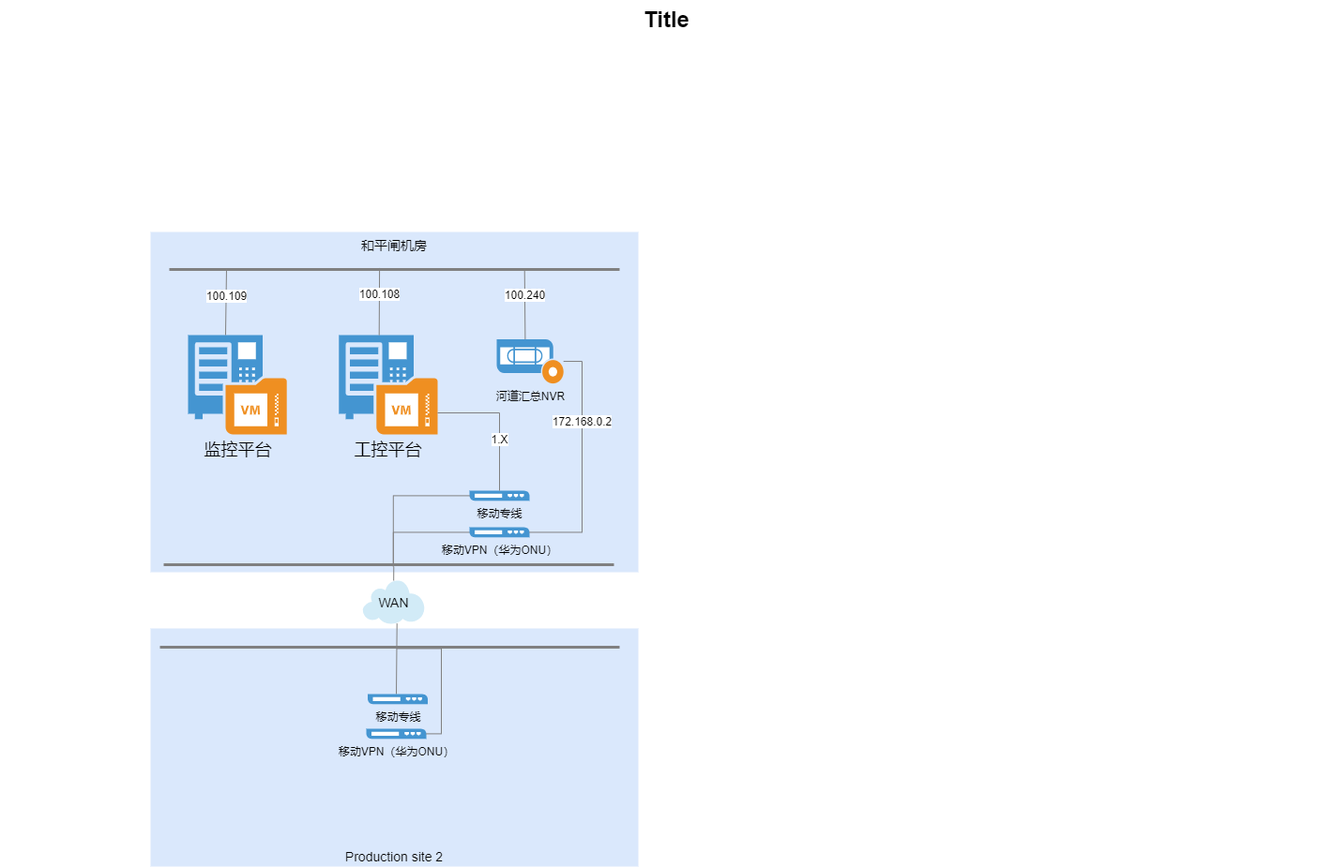
This is 和平闸.png from Vincentdu-cn/ha_modified_components, a draw.io export, as it was before one commit. Source tidied: cells renumbered, new cells last; positions are measured from the earlier drawing's top-left corner, leaving out a move shared by most shapes.
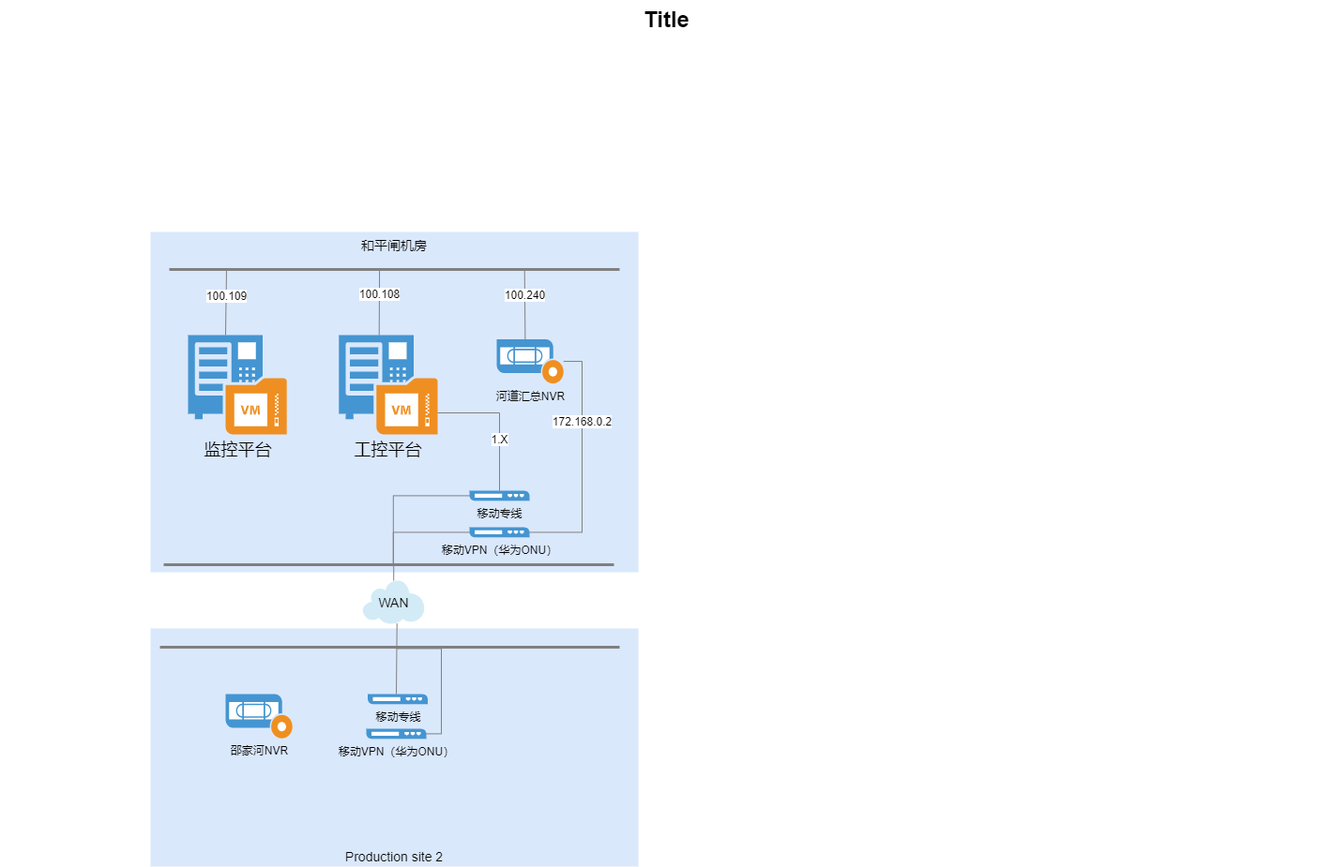
Above is the later version.

Change to the diagram source:
```diff
@@ -119,5 +119,8 @@
         </Array>
       </mxGeometry>
     </mxCell>
+    <mxCell id="31" value="邵家河NVR" style="shadow=0;dashed=0;html=1;strokeColor=none;fillColor=#4495D1;labelPosition=center;verticalLabelPosition=bottom;verticalAlign=top;align=center;shape=mxgraph.veeam.2d.tape_recording;" parent="1" vertex="1">
+      <mxGeometry x="240" y="740" width="71.2" height="47.2" as="geometry" />
+    </mxCell>
   </root>
 </mxGraphModel>
```
